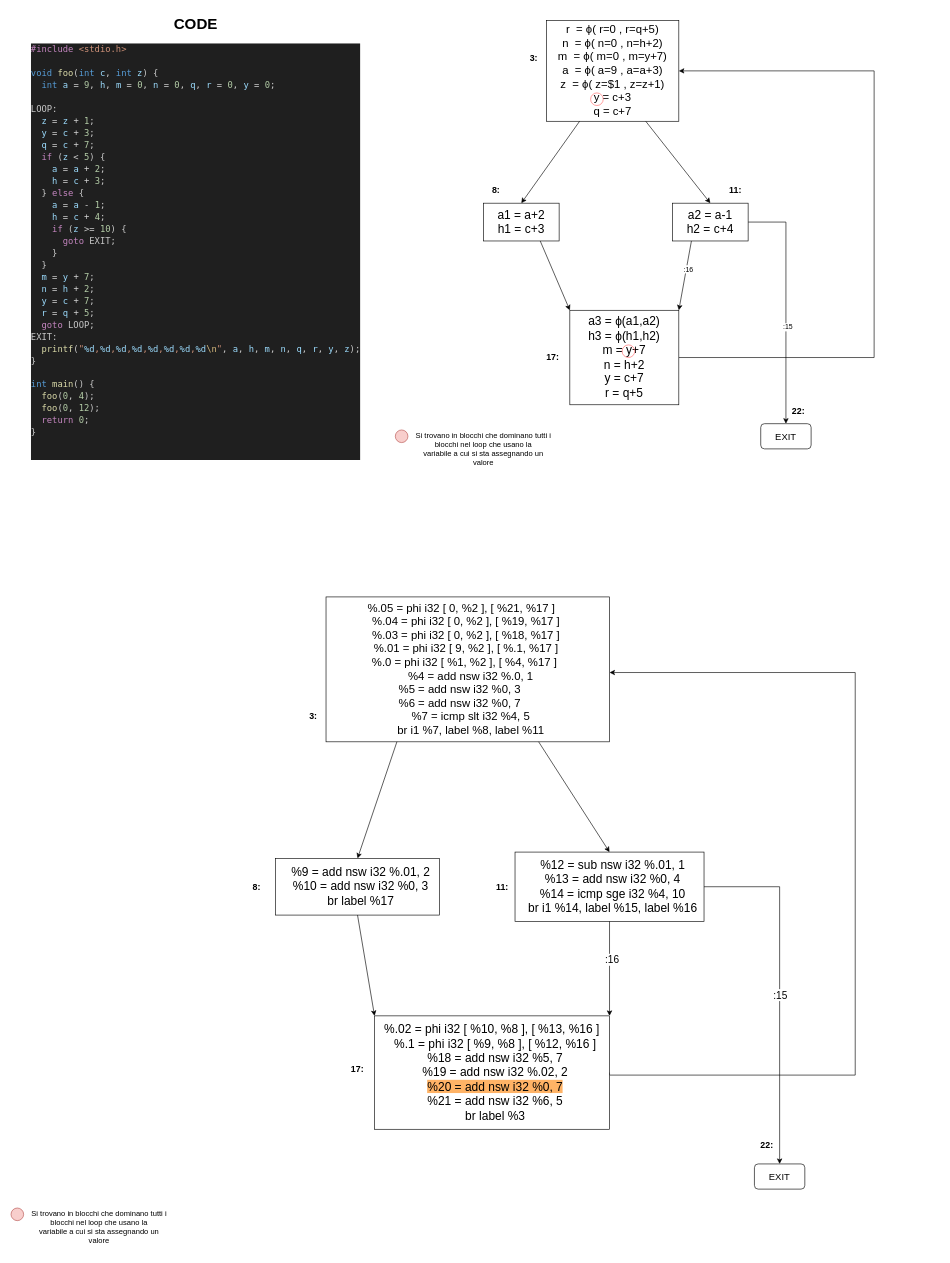
Earlier version of the draw.io diagram Back-End/Slide/img/LICM.drawio (lucaAnza/MyFirstLLVM_compiler). Source tidied: cells renumbered, new cells numbered last; positions are measured from the earlier drawing's top-left corner, leaving out a move shared by most shapes. Both pictures are drawn from the tidied source at 63%, with x=0, y=0 at pixel (11, 11).
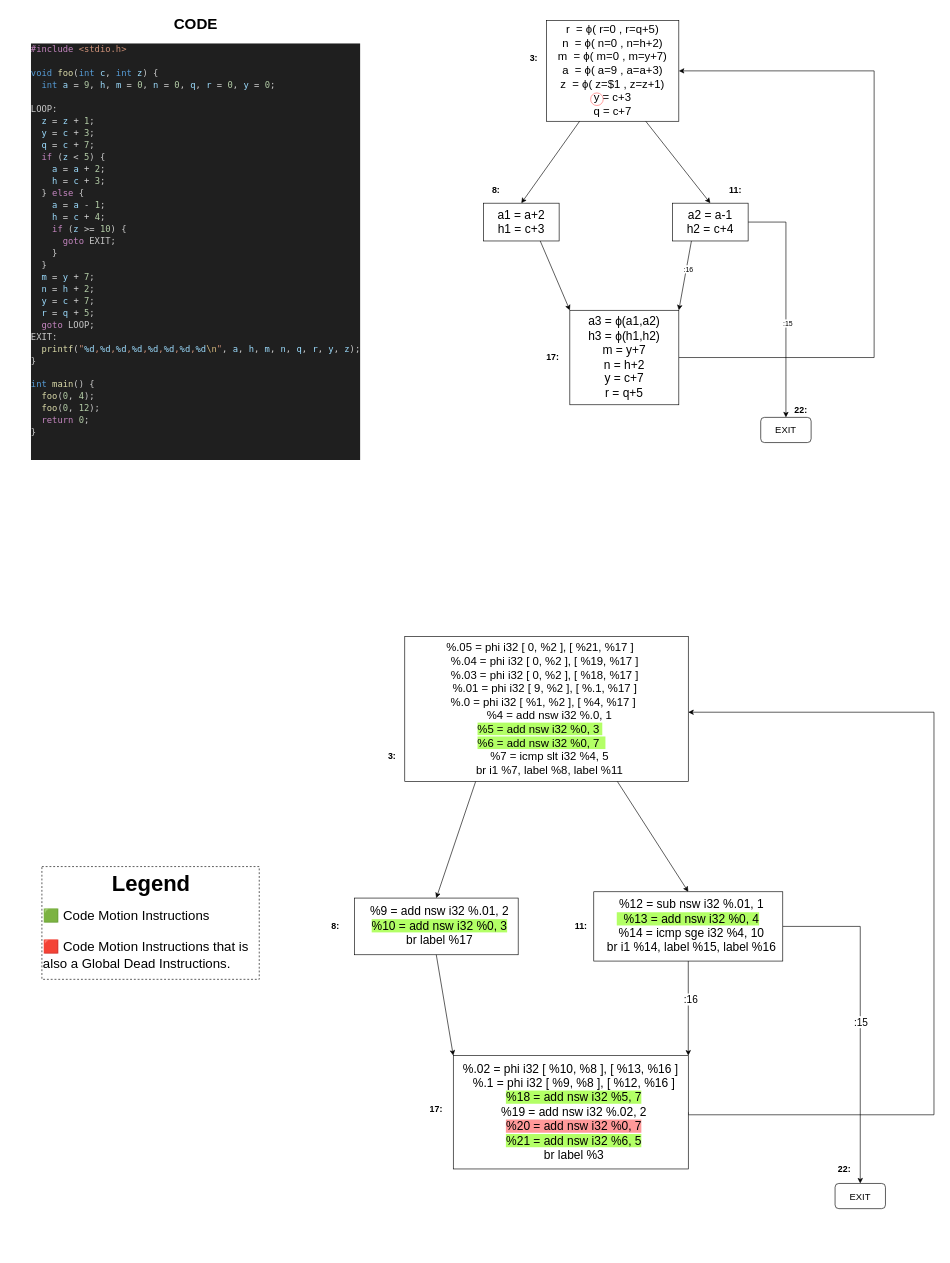
The same page after the edit.

Diff of the diagram source:
```diff
@@
     <mxCell id="15" value="&lt;font style=&quot;font-size: 15px;&quot;&gt;EXIT&lt;/font&gt;" style="rounded=1;whiteSpace=wrap;html=1;" parent="1" vertex="1">
-      <mxGeometry x="1190" y="655" width="80" height="40" as="geometry" />
+      <mxGeometry x="1190" y="645" width="80" height="40" as="geometry" />
     </mxCell>
@@
     <mxCell id="20" value="&lt;b&gt;&lt;font style=&quot;font-size: 14px;&quot;&gt;22:&lt;/font&gt;&lt;/b&gt;" style="text;html=1;align=center;verticalAlign=middle;whiteSpace=wrap;rounded=0;" parent="1" vertex="1">
-      <mxGeometry x="1230" y="625" width="40" height="20" as="geometry" />
+      <mxGeometry x="1234" y="623" width="40" height="20" as="geometry" />
     </mxCell>
-    <mxCell id="21" value="&lt;div&gt;Si trovano in blocchi che dominano tutti i blocchi nel loop che usano la&lt;/div&gt;&lt;div&gt;variabile a cui si sta assegnando un valore&lt;/div&gt;" style="text;html=1;align=center;verticalAlign=middle;whiteSpace=wrap;rounded=0;" parent="1" vertex="1">
-      <mxGeometry x="640" y="655" width="220" height="80" as="geometry" />
-    </mxCell>
-    <mxCell id="22" style="ellipse;whiteSpace=wrap;html=1;fillColor=#f8cecc;strokeColor=#b85450;" parent="1" vertex="1">
-      <mxGeometry x="610" y="665" width="20" height="20" as="geometry" />
-    </mxCell>
@@
-    <mxCell id="24" style="ellipse;whiteSpace=wrap;html=1;fillColor=none;strokeColor=#FF6666;" parent="1" vertex="1">
-      <mxGeometry x="970" y="530" width="20" height="20" as="geometry" />
-    </mxCell>
-    <mxCell id="25" value="&lt;div&gt;&lt;span style=&quot;font-size: 18px;&quot;&gt;%.05 = phi i32 [ 0, %2 ], [ %21, %17 ]&amp;nbsp; &amp;nbsp;&amp;nbsp;&lt;/span&gt;&lt;/div&gt;&lt;div&gt;&lt;span style=&quot;font-size: 18px;&quot;&gt;&amp;nbsp; %.04 = phi i32 [ 0, %2 ], [ %19, %17 ]&amp;nbsp; &amp;nbsp;&lt;/span&gt;&lt;/div&gt;&lt;div&gt;&lt;span style=&quot;font-size: 18px;&quot;&gt;&amp;nbsp; %.03 = phi i32 [ 0, %2 ], [ %18, %17 ]&amp;nbsp; &amp;nbsp;&lt;/span&gt;&lt;/div&gt;&lt;div&gt;&lt;span style=&quot;font-size: 18px;&quot;&gt;&amp;nbsp; %.01 = phi i32 [ 9, %2 ], [ %.1, %17 ]&amp;nbsp; &amp;nbsp;&lt;/span&gt;&lt;/div&gt;&lt;div&gt;&lt;span style=&quot;font-size: 18px;&quot;&gt;&amp;nbsp; %.0 = phi i32 [ %1, %2 ], [ %4, %17 ]&amp;nbsp; &amp;nbsp;&amp;nbsp;&lt;/span&gt;&lt;/div&gt;&lt;div&gt;&lt;span style=&quot;font-size: 18px;&quot;&gt;&amp;nbsp; %4 = add nsw i32 %.0, 1&lt;/span&gt;&lt;/div&gt;&lt;div&gt;&lt;span style=&quot;font-size: 18px;&quot;&gt;&amp;nbsp; %5 = add nsw i32 %0, 3&amp;nbsp; &amp;nbsp; &amp;nbsp; &amp;nbsp;&lt;/span&gt;&lt;/div&gt;&lt;div&gt;&lt;span style=&quot;font-size: 18px;&quot;&gt;&amp;nbsp; %6 = add nsw i32 %0, 7&amp;nbsp; &amp;nbsp; &amp;nbsp; &amp;nbsp;&lt;/span&gt;&lt;/div&gt;&lt;div&gt;&lt;span style=&quot;font-size: 18px;&quot;&gt;&amp;nbsp; %7 = icmp slt i32 %4, 5&lt;/span&gt;&lt;/div&gt;&lt;div&gt;&lt;span style=&quot;font-size: 18px;&quot;&gt;&amp;nbsp; br i1 %7, label %8, label %11&lt;/span&gt;&lt;/div&gt;" style="rounded=0;whiteSpace=wrap;html=1;" parent="1" vertex="1">
-      <mxGeometry x="500" y="930" width="450" height="230" as="geometry" />
+    <mxCell id="25" value="&lt;div&gt;&lt;span style=&quot;font-size: 18px;&quot;&gt;%.05 = phi i32 [ 0, %2 ], [ %21, %17 ]&amp;nbsp; &amp;nbsp;&amp;nbsp;&lt;/span&gt;&lt;/div&gt;&lt;div&gt;&lt;span style=&quot;font-size: 18px;&quot;&gt;&amp;nbsp; %.04 = phi i32 [ 0, %2 ], [ %19, %17 ]&amp;nbsp; &amp;nbsp;&lt;/span&gt;&lt;/div&gt;&lt;div&gt;&lt;span style=&quot;font-size: 18px;&quot;&gt;&amp;nbsp; %.03 = phi i32 [ 0, %2 ], [ %18, %17 ]&amp;nbsp; &amp;nbsp;&lt;/span&gt;&lt;/div&gt;&lt;div&gt;&lt;span style=&quot;font-size: 18px;&quot;&gt;&amp;nbsp; %.01 = phi i32 [ 9, %2 ], [ %.1, %17 ]&amp;nbsp; &amp;nbsp;&lt;/span&gt;&lt;/div&gt;&lt;div&gt;&lt;span style=&quot;font-size: 18px;&quot;&gt;&amp;nbsp; %.0 = phi i32 [ %1, %2 ], [ %4, %17 ]&amp;nbsp; &amp;nbsp;&amp;nbsp;&lt;/span&gt;&lt;/div&gt;&lt;div&gt;&lt;span style=&quot;font-size: 18px;&quot;&gt;&amp;nbsp; %4 = add nsw i32 %.0, 1&lt;/span&gt;&lt;/div&gt;&lt;div&gt;&lt;span style=&quot;font-size: 18px;&quot;&gt;&amp;nbsp; &lt;span style=&quot;background-color: rgb(179, 255, 102);&quot;&gt;%5 = add nsw i32 %0, 3&amp;nbsp;&lt;/span&gt; &amp;nbsp; &amp;nbsp; &amp;nbsp;&lt;/span&gt;&lt;/div&gt;&lt;div&gt;&lt;span style=&quot;font-size: 18px;&quot;&gt;&amp;nbsp; &lt;span style=&quot;background-color: rgb(179, 255, 102);&quot;&gt;%6 = add nsw i32 %0, 7&amp;nbsp; &lt;/span&gt;&amp;nbsp; &amp;nbsp; &amp;nbsp;&lt;/span&gt;&lt;/div&gt;&lt;div&gt;&lt;span style=&quot;font-size: 18px;&quot;&gt;&amp;nbsp; %7 = icmp slt i32 %4, 5&lt;/span&gt;&lt;/div&gt;&lt;div&gt;&lt;span style=&quot;font-size: 18px;&quot;&gt;&amp;nbsp; br i1 %7, label %8, label %11&lt;/span&gt;&lt;/div&gt;" style="rounded=0;whiteSpace=wrap;html=1;" parent="1" vertex="1">
+      <mxGeometry x="625" y="993" width="450" height="230" as="geometry" />
     </mxCell>
@@
-    <mxCell id="27" value="&lt;div&gt;&lt;span style=&quot;font-size: 19px;&quot;&gt;&amp;nbsp; %9 = add nsw i32 %.01, 2&lt;/span&gt;&lt;/div&gt;&lt;div&gt;&lt;span style=&quot;font-size: 19px;&quot;&gt;&amp;nbsp; %10 = add nsw i32 %0, 3&lt;/span&gt;&lt;/div&gt;&lt;div&gt;&lt;span style=&quot;font-size: 19px;&quot;&gt;&amp;nbsp; br label %17&lt;/span&gt;&lt;/div&gt;" style="rounded=0;whiteSpace=wrap;html=1;" parent="1" vertex="1">
-      <mxGeometry x="420" y="1345" width="260" height="90" as="geometry" />
+    <mxCell id="27" value="&lt;div&gt;&lt;span style=&quot;font-size: 19px;&quot;&gt;&amp;nbsp; %9 = add nsw i32 %.01, 2&lt;/span&gt;&lt;/div&gt;&lt;div&gt;&lt;span style=&quot;font-size: 19px;&quot;&gt;&amp;nbsp; &lt;span style=&quot;background-color: rgb(179, 255, 102);&quot;&gt;%10 = add nsw i32 %0, 3&lt;/span&gt;&lt;/span&gt;&lt;/div&gt;&lt;div&gt;&lt;span style=&quot;font-size: 19px;&quot;&gt;&amp;nbsp; br label %17&lt;/span&gt;&lt;/div&gt;" style="rounded=0;whiteSpace=wrap;html=1;" parent="1" vertex="1">
+      <mxGeometry x="545" y="1408" width="260" height="90" as="geometry" />
     </mxCell>
@@
-    <mxCell id="30" value="&lt;div&gt;&lt;span style=&quot;font-size: 19px;&quot;&gt;&amp;nbsp; %12 = sub nsw i32 %.01, 1&lt;/span&gt;&lt;/div&gt;&lt;div&gt;&lt;span style=&quot;font-size: 19px;&quot;&gt;&amp;nbsp; %13 = add nsw i32 %0, 4&lt;/span&gt;&lt;/div&gt;&lt;div&gt;&lt;span style=&quot;font-size: 19px;&quot;&gt;&amp;nbsp; %14 = icmp sge i32 %4, 10&lt;/span&gt;&lt;/div&gt;&lt;div&gt;&lt;span style=&quot;font-size: 19px;&quot;&gt;&amp;nbsp; br i1 %14, label %15, label %16&lt;/span&gt;&lt;/div&gt;" style="rounded=0;whiteSpace=wrap;html=1;" parent="1" vertex="1">
-      <mxGeometry x="800" y="1335" width="300" height="110" as="geometry" />
+    <mxCell id="30" value="&lt;div&gt;&lt;span style=&quot;font-size: 19px;&quot;&gt;&amp;nbsp; %12 = sub nsw i32 %.01, 1&lt;/span&gt;&lt;/div&gt;&lt;div&gt;&lt;span style=&quot;font-size: 19px; background-color: rgb(179, 255, 102);&quot;&gt;&amp;nbsp; %13 = add nsw i32 %0, 4&lt;/span&gt;&lt;/div&gt;&lt;div&gt;&lt;span style=&quot;font-size: 19px;&quot;&gt;&amp;nbsp; %14 = icmp sge i32 %4, 10&lt;/span&gt;&lt;/div&gt;&lt;div&gt;&lt;span style=&quot;font-size: 19px;&quot;&gt;&amp;nbsp; br i1 %14, label %15, label %16&lt;/span&gt;&lt;/div&gt;" style="rounded=0;whiteSpace=wrap;html=1;" parent="1" vertex="1">
+      <mxGeometry x="925" y="1398" width="300" height="110" as="geometry" />
     </mxCell>
@@
     <mxCell id="35" style="edgeStyle=orthogonalEdgeStyle;rounded=0;jettySize=auto;html=1;exitX=1;exitY=0.5;exitDx=0;exitDy=0;" parent="1" edge="1" source="36" target="25">
       <mxGeometry relative="1" as="geometry">
         <Array as="points">
-          <mxPoint x="950" y="1689" />
-          <mxPoint x="1340" y="1689" />
-          <mxPoint x="1340" y="1050" />
+          <mxPoint x="1075" y="1752" />
+          <mxPoint x="1465" y="1752" />
+          <mxPoint x="1465" y="1113" />
         </Array>
       </mxGeometry>
     </mxCell>
-    <mxCell id="36" value="&lt;div&gt;&lt;span style=&quot;font-size: 19px;&quot;&gt;%.02 = phi i32 [ %10, %8 ], [ %13, %16 ]&lt;/span&gt;&lt;/div&gt;&lt;div&gt;&lt;span style=&quot;font-size: 19px;&quot;&gt;&amp;nbsp; %.1 = phi i32 [ %9, %8 ], [ %12, %16 ]&lt;/span&gt;&lt;/div&gt;&lt;div&gt;&lt;span style=&quot;font-size: 19px;&quot;&gt;&amp;nbsp; %18 = add nsw i32 %5, 7&lt;/span&gt;&lt;/div&gt;&lt;div&gt;&lt;span style=&quot;font-size: 19px;&quot;&gt;&amp;nbsp; %19 = add nsw i32 %.02, 2&lt;/span&gt;&lt;/div&gt;&lt;div&gt;&lt;span style=&quot;font-size: 19px;&quot;&gt;&amp;nbsp; &lt;span style=&quot;background-color: rgb(255, 179, 102);&quot;&gt;%20 = add nsw i32 %0, 7&lt;/span&gt;&lt;/span&gt;&lt;/div&gt;&lt;div&gt;&lt;span style=&quot;font-size: 19px;&quot;&gt;&amp;nbsp; %21 = add nsw i32 %6, 5&lt;/span&gt;&lt;/div&gt;&lt;div&gt;&lt;span style=&quot;font-size: 19px;&quot;&gt;&amp;nbsp; br label %3&lt;/span&gt;&lt;/div&gt;" style="rounded=0;whiteSpace=wrap;html=1;" parent="1" vertex="1">
-      <mxGeometry x="577" y="1595" width="373" height="180" as="geometry" />
+    <mxCell id="36" value="&lt;div&gt;&lt;span style=&quot;font-size: 19px;&quot;&gt;%.02 = phi i32 [ %10, %8 ], [ %13, %16 ]&lt;/span&gt;&lt;/div&gt;&lt;div&gt;&lt;span style=&quot;font-size: 19px;&quot;&gt;&amp;nbsp; %.1 = phi i32 [ %9, %8 ], [ %12, %16 ]&lt;/span&gt;&lt;/div&gt;&lt;div&gt;&lt;span style=&quot;font-size: 19px;&quot;&gt;&amp;nbsp; &lt;span style=&quot;background-color: rgb(179, 255, 102);&quot;&gt;%18 = add nsw i32 %5, 7&lt;/span&gt;&lt;/span&gt;&lt;/div&gt;&lt;div&gt;&lt;span style=&quot;font-size: 19px;&quot;&gt;&amp;nbsp; %19 = add nsw i32 %.02, 2&lt;/span&gt;&lt;/div&gt;&lt;div&gt;&lt;span style=&quot;font-size: 19px;&quot;&gt;&amp;nbsp; &lt;span style=&quot;background-color: rgb(255, 153, 153);&quot;&gt;%20 = add nsw i32 %0, 7&lt;/span&gt;&lt;/span&gt;&lt;/div&gt;&lt;div&gt;&lt;span style=&quot;font-size: 19px;&quot;&gt;&amp;nbsp; &lt;span style=&quot;background-color: rgb(179, 255, 102);&quot;&gt;%21 = add nsw i32 %6, 5&lt;/span&gt;&lt;/span&gt;&lt;/div&gt;&lt;div&gt;&lt;span style=&quot;font-size: 19px;&quot;&gt;&amp;nbsp; br label %3&lt;/span&gt;&lt;/div&gt;" style="rounded=0;whiteSpace=wrap;html=1;" parent="1" vertex="1">
+      <mxGeometry x="702" y="1658" width="373" height="180" as="geometry" />
     </mxCell>
     <mxCell id="37" value="&lt;font style=&quot;font-size: 15px;&quot;&gt;EXIT&lt;/font&gt;" style="rounded=1;whiteSpace=wrap;html=1;" parent="1" vertex="1">
-      <mxGeometry x="1180" y="1830" width="80" height="40" as="geometry" />
+      <mxGeometry x="1308" y="1861" width="80" height="40" as="geometry" />
     </mxCell>
     <mxCell id="38" value="&lt;b&gt;&lt;font style=&quot;font-size: 14px;&quot;&gt;17:&lt;/font&gt;&lt;/b&gt;" style="text;html=1;align=center;verticalAlign=middle;whiteSpace=wrap;rounded=0;" parent="1" vertex="1">
-      <mxGeometry x="530" y="1670" width="40" height="20" as="geometry" />
+      <mxGeometry x="655" y="1733" width="40" height="20" as="geometry" />
     </mxCell>
     <mxCell id="39" value="&lt;b&gt;&lt;font style=&quot;font-size: 14px;&quot;&gt;8:&lt;/font&gt;&lt;/b&gt;" style="text;html=1;align=center;verticalAlign=middle;whiteSpace=wrap;rounded=0;" parent="1" vertex="1">
-      <mxGeometry x="370" y="1380" width="40" height="20" as="geometry" />
+      <mxGeometry x="495" y="1443" width="40" height="20" as="geometry" />
     </mxCell>
     <mxCell id="40" value="&lt;b&gt;&lt;font style=&quot;font-size: 14px;&quot;&gt;3:&lt;/font&gt;&lt;/b&gt;" style="text;html=1;align=center;verticalAlign=middle;whiteSpace=wrap;rounded=0;" parent="1" vertex="1">
-      <mxGeometry x="460" y="1110" width="40" height="20" as="geometry" />
+      <mxGeometry x="585" y="1173" width="40" height="20" as="geometry" />
     </mxCell>
     <mxCell id="41" value="&lt;b&gt;&lt;font style=&quot;font-size: 14px;&quot;&gt;11:&lt;/font&gt;&lt;/b&gt;" style="text;html=1;align=center;verticalAlign=middle;whiteSpace=wrap;rounded=0;" parent="1" vertex="1">
-      <mxGeometry x="760" y="1380" width="40" height="20" as="geometry" />
+      <mxGeometry x="885" y="1443" width="40" height="20" as="geometry" />
     </mxCell>
     <mxCell id="42" value="&lt;b&gt;&lt;font style=&quot;font-size: 14px;&quot;&gt;22:&lt;/font&gt;&lt;/b&gt;" style="text;html=1;align=center;verticalAlign=middle;whiteSpace=wrap;rounded=0;" parent="1" vertex="1">
-      <mxGeometry x="1180" y="1790" width="40" height="20" as="geometry" />
+      <mxGeometry x="1303" y="1828" width="40" height="20" as="geometry" />
     </mxCell>
-    <mxCell id="43" value="&lt;div&gt;Si trovano in blocchi che dominano tutti i blocchi nel loop che usano la&lt;/div&gt;&lt;div&gt;variabile a cui si sta assegnando un valore&lt;/div&gt;" style="text;html=1;align=center;verticalAlign=middle;whiteSpace=wrap;rounded=0;" parent="1" vertex="1">
-      <mxGeometry x="30" y="1890" width="220" height="80" as="geometry" />
-    </mxCell>
-    <mxCell id="44" style="ellipse;whiteSpace=wrap;html=1;fillColor=#f8cecc;strokeColor=#b85450;" parent="1" vertex="1">
-      <mxGeometry y="1900" width="20" height="20" as="geometry" />
-    </mxCell>
+    <mxCell id="45" value="&lt;h1 style=&quot;text-align: center; margin-top: 0px;&quot;&gt;&lt;font style=&quot;font-size: 35px;&quot;&gt;Legend&lt;/font&gt;&lt;/h1&gt;&lt;div style=&quot;font-size: 21px;&quot;&gt;&lt;font style=&quot;font-size: 21px;&quot;&gt;&lt;span style=&quot;background-color: initial;&quot;&gt;🟩&amp;nbsp;&lt;/span&gt;&lt;span style=&quot;text-align: center;&quot;&gt;Code Motion Instructions&lt;/span&gt;&lt;br&gt;&lt;/font&gt;&lt;/div&gt;&lt;div style=&quot;font-size: 21px;&quot;&gt;&lt;span style=&quot;text-align: center;&quot;&gt;&lt;font style=&quot;font-size: 21px;&quot;&gt;&lt;br&gt;&lt;/font&gt;&lt;/span&gt;&lt;/div&gt;&lt;div style=&quot;font-size: 21px;&quot;&gt;&lt;span style=&quot;&quot; lang=&quot;en&quot; class=&quot;BxUVEf ILfuVd&quot;&gt;&lt;font style=&quot;font-size: 21px;&quot;&gt;🟥 Code&amp;nbsp;&lt;span style=&quot;text-align: center;&quot;&gt;Motion&lt;/span&gt;&amp;nbsp;Instructions that is also a Global Dead Instructions.&lt;/font&gt;&lt;/span&gt;&lt;span style=&quot;font-size: 13px; text-align: center;&quot;&gt;&lt;br&gt;&lt;/span&gt;&lt;/div&gt;" style="text;html=1;whiteSpace=wrap;overflow=hidden;rounded=0;strokeColor=default;strokeWidth=1;dashed=1;" parent="1" vertex="1">
+      <mxGeometry x="49" y="1358" width="345" height="179" as="geometry" />
+    </mxCell>
```
